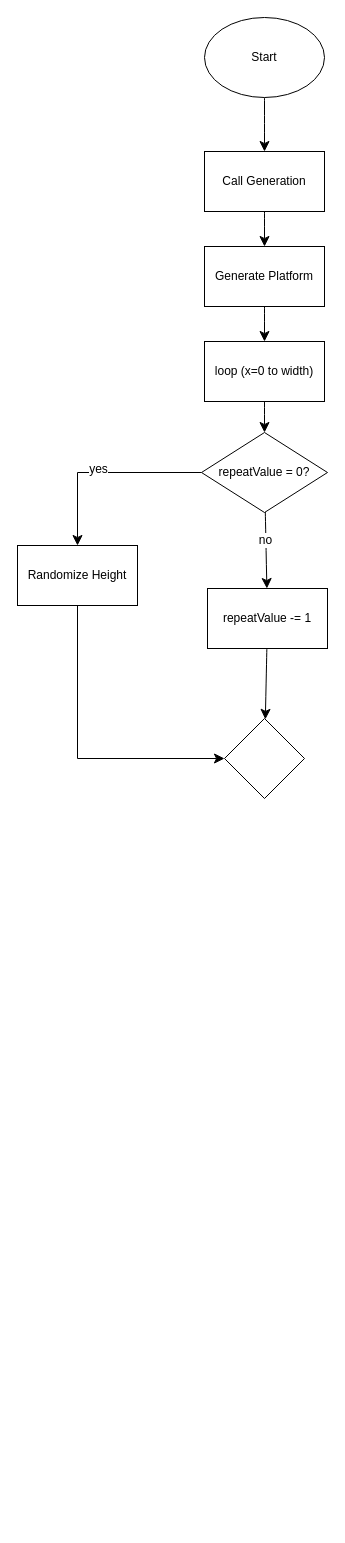
The draw.io diagram pcg platform generation.drawio in zaenal-abidin-syah/diagram, before the edit. Source tidied: cells renumbered, new cells numbered last; positions are measured from the earlier drawing's top-left corner, leaving out a move shared by most shapes. Both pictures are drawn from the tidied source at 100%, with x=0, y=0 at pixel (17, 17).
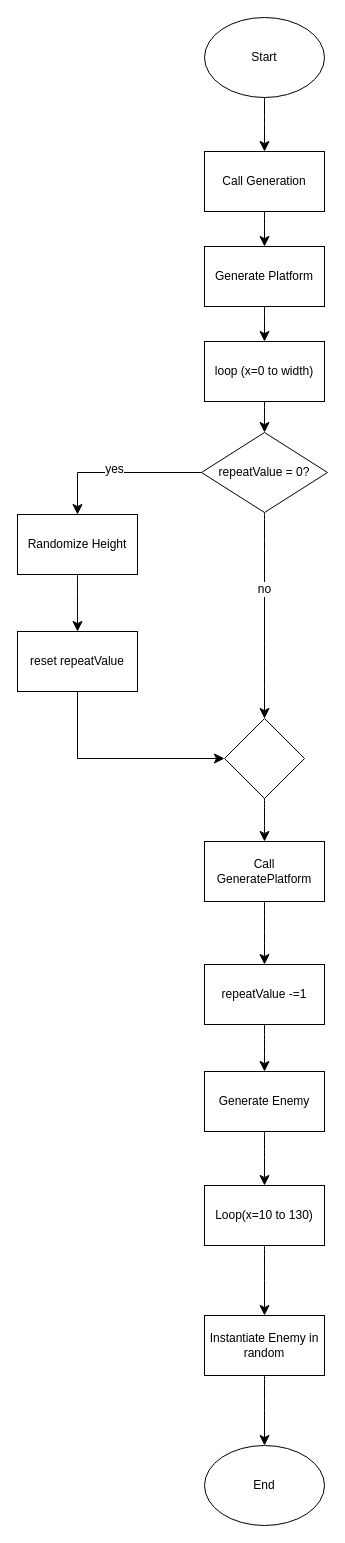
After the change.

Unchanged cells that the change refers to:
```xml
<mxCell id="14" value="repeatValue = 0?" style="rhombus;whiteSpace=wrap;html=1;" parent="1" vertex="1">
  <mxGeometry x="184" y="415" width="126" height="80" as="geometry" />
</mxCell>
<mxCell id="19" style="rhombus;whiteSpace=wrap;html=1;" parent="1" vertex="1">
  <mxGeometry x="207" y="701" width="80" height="80" as="geometry" />
</mxCell>
```

The edit, as a diff of the source:
```diff
@@
-    <mxCell id="12" style="edgeStyle=none;curved=1;rounded=0;jettySize=auto;html=1;fontSize=12;startSize=8;endSize=8;" parent="1" edge="1" source="14" target="18">
+    <mxCell id="12" style="edgeStyle=none;curved=1;rounded=0;jettySize=auto;html=1;fontSize=12;startSize=8;endSize=8;entryX=0.5;entryY=0;entryDx=0;entryDy=0;" parent="1" edge="1" source="14" target="19">
       <mxGeometry relative="1" as="geometry" />
     </mxCell>
@@
-    <mxCell id="15" style="edgeStyle=elbowEdgeStyle;rounded=0;jettySize=auto;html=1;fontSize=12;startSize=8;endSize=8;entryX=0;entryY=0.5;entryDx=0;entryDy=0;exitX=0.5;exitY=1;exitDx=0;exitDy=0;" parent="1" edge="1" source="16" target="19">
+    <mxCell id="15" style="edgeStyle=elbowEdgeStyle;rounded=0;jettySize=auto;html=1;fontSize=12;startSize=8;endSize=8;entryX=0;entryY=0.5;entryDx=0;entryDy=0;exitX=0.5;exitY=1;exitDx=0;exitDy=0;" parent="1" edge="1" source="22" target="19">
       <mxGeometry relative="1" as="geometry">
         <Array as="points">
           <mxPoint x="60" y="688" />
         </Array>
       </mxGeometry>
     </mxCell>
+    <mxCell id="20" style="edgeStyle=none;curved=1;rounded=0;jettySize=auto;html=1;fontSize=12;startSize=8;endSize=8;" parent="1" edge="1" source="16" target="22">
+      <mxGeometry relative="1" as="geometry" />
+    </mxCell>
     <mxCell id="16" value="Randomize Height" style="whiteSpace=wrap;html=1;" parent="1" vertex="1">
-      <mxGeometry y="528" width="120" height="60" as="geometry" />
+      <mxGeometry y="497" width="120" height="60" as="geometry" />
     </mxCell>
-    <mxCell id="17" style="edgeStyle=none;curved=1;rounded=0;jettySize=auto;html=1;fontSize=12;startSize=8;endSize=8;" parent="1" edge="1" source="18" target="19">
-      <mxGeometry relative="1" as="geometry" />
-    </mxCell>
-    <mxCell id="18" value="repeatValue -= 1" style="whiteSpace=wrap;html=1;" parent="1" vertex="1">
-      <mxGeometry x="190" y="571" width="120" height="60" as="geometry" />
-    </mxCell>
+    <mxCell id="21" style="edgeStyle=none;curved=1;rounded=0;jettySize=auto;html=1;fontSize=12;startSize=8;endSize=8;" parent="1" edge="1" source="19" target="26">
+      <mxGeometry relative="1" as="geometry" />
+    </mxCell>
@@
+    <mxCell id="22" value="reset repeatValue" style="whiteSpace=wrap;html=1;" parent="1" vertex="1">
+      <mxGeometry y="614" width="120" height="60" as="geometry" />
+    </mxCell>
+    <mxCell id="23" style="edgeStyle=none;curved=1;rounded=0;jettySize=auto;html=1;fontSize=12;startSize=8;endSize=8;" parent="1" edge="1" source="24" target="28">
+      <mxGeometry relative="1" as="geometry" />
+    </mxCell>
+    <mxCell id="24" value="repeatValue -=1" style="whiteSpace=wrap;html=1;" parent="1" vertex="1">
+      <mxGeometry x="187" y="947" width="120" height="60" as="geometry" />
+    </mxCell>
+    <mxCell id="25" style="edgeStyle=none;curved=1;rounded=0;jettySize=auto;html=1;fontSize=12;startSize=8;endSize=8;" parent="1" edge="1" source="26" target="24">
+      <mxGeometry relative="1" as="geometry" />
+    </mxCell>
+    <mxCell id="26" value="Call GeneratePlatform" style="whiteSpace=wrap;html=1;" parent="1" vertex="1">
+      <mxGeometry x="187" y="824" width="120" height="60" as="geometry" />
+    </mxCell>
+    <mxCell id="27" style="edgeStyle=none;curved=1;rounded=0;jettySize=auto;html=1;fontSize=12;startSize=8;endSize=8;" parent="1" edge="1" source="28" target="30">
+      <mxGeometry relative="1" as="geometry" />
+    </mxCell>
+    <mxCell id="28" value="Generate Enemy" style="whiteSpace=wrap;html=1;" parent="1" vertex="1">
+      <mxGeometry x="187" y="1054" width="120" height="60" as="geometry" />
+    </mxCell>
+    <mxCell id="29" style="edgeStyle=none;curved=1;rounded=0;jettySize=auto;html=1;fontSize=12;startSize=8;endSize=8;" parent="1" edge="1" source="30" target="32">
+      <mxGeometry relative="1" as="geometry" />
+    </mxCell>
+    <mxCell id="30" value="Loop(x=10 to 130)" style="whiteSpace=wrap;html=1;" parent="1" vertex="1">
+      <mxGeometry x="187" y="1168" width="120" height="60" as="geometry" />
+    </mxCell>
+    <mxCell id="31" style="edgeStyle=none;curved=1;rounded=0;jettySize=auto;html=1;exitX=0.5;exitY=1;exitDx=0;exitDy=0;entryX=0.5;entryY=0;entryDx=0;entryDy=0;fontSize=12;startSize=8;endSize=8;" parent="1" edge="1" source="32" target="33">
+      <mxGeometry relative="1" as="geometry" />
+    </mxCell>
+    <mxCell id="32" value="Instantiate Enemy in random" style="whiteSpace=wrap;html=1;" parent="1" vertex="1">
+      <mxGeometry x="187" y="1298" width="120" height="60" as="geometry" />
+    </mxCell>
+    <mxCell id="33" value="End" style="ellipse;whiteSpace=wrap;html=1;" parent="1" vertex="1">
+      <mxGeometry x="187" y="1428" width="120" height="80" as="geometry" />
+    </mxCell>
```
